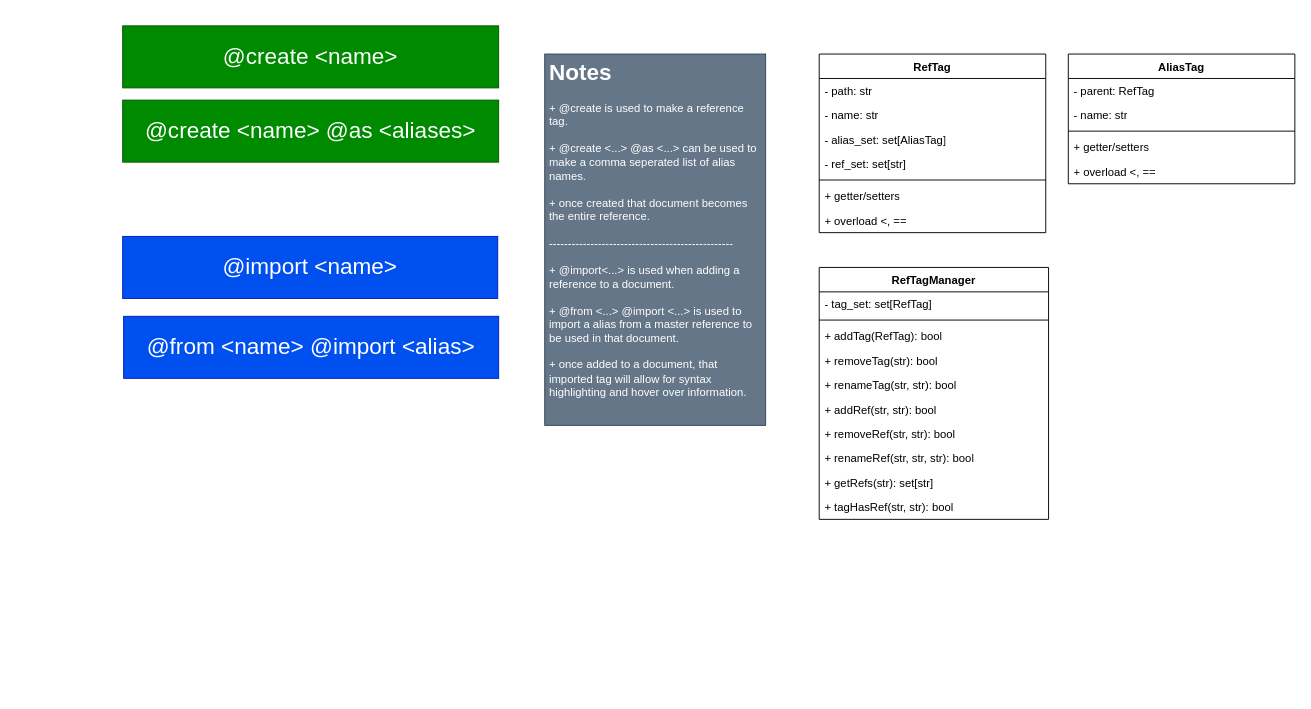
This is page "RefTag" (2 of 2) of .notes/diagrams/overview.drawio from Michael-R-R/markup-writer, a draw.io file, before an edit. Source tidied: cells renumbered, new cells numbered last; positions are measured from the earlier drawing's top-left corner, leaving out a move shared by most shapes. Both pictures are drawn from the tidied source at 94%, with x=0, y=0 at pixel (122, 25).
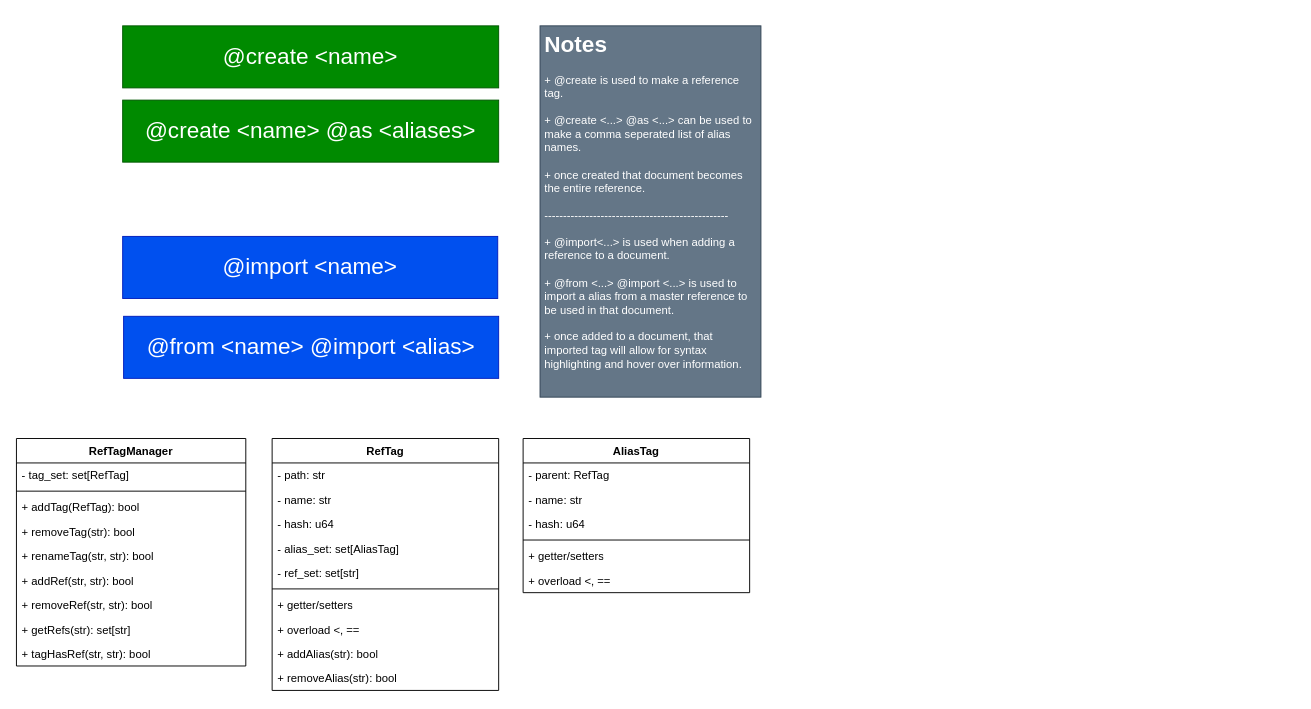
Above is the later version.

What changed in the source:
```diff
@@
     <mxCell id="3" value="&lt;h1&gt;&lt;span style=&quot;background-color: initial;&quot;&gt;Notes&lt;/span&gt;&lt;/h1&gt;&lt;div&gt;&lt;span style=&quot;background-color: initial;&quot;&gt;+ @create is used to make a reference tag.&lt;/span&gt;&lt;/div&gt;&lt;div&gt;&lt;span style=&quot;background-color: initial;&quot;&gt;&lt;br&gt;&lt;/span&gt;&lt;/div&gt;&lt;div&gt;&lt;span style=&quot;background-color: initial;&quot;&gt;+ @create &amp;lt;...&amp;gt; @as &amp;lt;...&amp;gt; can be used to make a comma seperated list of alias names.&lt;/span&gt;&lt;/div&gt;&lt;div&gt;&lt;span style=&quot;background-color: initial;&quot;&gt;&lt;br&gt;&lt;/span&gt;&lt;/div&gt;&lt;div&gt;&lt;span style=&quot;background-color: initial;&quot;&gt;+ once created that document becomes the entire reference.&lt;/span&gt;&lt;/div&gt;&lt;div&gt;&lt;span style=&quot;background-color: initial;&quot;&gt;&lt;br&gt;&lt;/span&gt;&lt;/div&gt;&lt;div&gt;&lt;span style=&quot;background-color: initial;&quot;&gt;-------------------------------------------------&lt;/span&gt;&lt;/div&gt;&lt;div&gt;&lt;span style=&quot;background-color: initial;&quot;&gt;&lt;br&gt;&lt;/span&gt;&lt;/div&gt;&lt;div&gt;+ @import&amp;lt;...&amp;gt; is used when adding a reference to a document.&lt;/div&gt;&lt;div&gt;&lt;br&gt;&lt;/div&gt;&lt;div&gt;+ @from &amp;lt;...&amp;gt; @import &amp;lt;...&amp;gt; is used to import a alias from a master reference to be used in that document.&lt;/div&gt;&lt;div&gt;&lt;br&gt;&lt;/div&gt;&lt;div&gt;+ once added to a document, that imported tag will allow for syntax highlighting and hover over information.&lt;/div&gt;" style="text;html=1;strokeColor=#314354;fillColor=#647687;spacing=5;spacingTop=-20;whiteSpace=wrap;overflow=hidden;rounded=0;fontColor=#ffffff;" parent="1" vertex="1">
-      <mxGeometry x="449" y="30" width="235" height="395" as="geometry" />
+      <mxGeometry x="444" width="235" height="395" as="geometry" />
     </mxCell>
@@
     <mxCell id="5" value="RefTag" style="swimlane;fontStyle=1;align=center;verticalAlign=top;horizontal=1;startSize=26;whiteSpace=wrap;html=1;" parent="1" vertex="1">
-      <mxGeometry x="741" y="30" width="241" height="190" as="geometry" />
+      <mxGeometry x="159" y="439" width="241" height="268" as="geometry" />
     </mxCell>
@@
+    <mxCell id="32" value="- hash: u64&lt;br&gt;" style="text;strokeColor=none;fillColor=none;align=left;verticalAlign=top;spacingLeft=4;spacingRight=4;overflow=hidden;whiteSpace=wrap;html=1;" parent="5" vertex="1">
+      <mxGeometry y="78" width="241" height="26" as="geometry" />
+    </mxCell>
     <mxCell id="8" value="- alias_set: set[AliasTag]" style="text;strokeColor=none;fillColor=none;align=left;verticalAlign=top;spacingLeft=4;spacingRight=4;overflow=hidden;whiteSpace=wrap;html=1;" parent="5" vertex="1">
-      <mxGeometry y="78" width="241" height="26" as="geometry" />
+      <mxGeometry y="104" width="241" height="26" as="geometry" />
     </mxCell>
     <mxCell id="9" value="- ref_set: set[str]" style="text;strokeColor=none;fillColor=none;align=left;verticalAlign=top;spacingLeft=4;spacingRight=4;overflow=hidden;whiteSpace=wrap;html=1;" parent="5" vertex="1">
-      <mxGeometry y="104" width="241" height="26" as="geometry" />
+      <mxGeometry y="130" width="241" height="26" as="geometry" />
     </mxCell>
     <mxCell id="10" style="line;strokeWidth=1;fillColor=none;align=left;verticalAlign=middle;spacingTop=-1;spacingLeft=3;spacingRight=3;labelPosition=right;strokeColor=inherit;" parent="5" vertex="1">
-      <mxGeometry y="130" width="241" height="8" as="geometry" />
+      <mxGeometry y="156" width="241" height="8" as="geometry" />
     </mxCell>
     <mxCell id="11" value="+ getter/setters" style="text;strokeColor=none;fillColor=none;align=left;verticalAlign=top;spacingLeft=4;spacingRight=4;overflow=hidden;whiteSpace=wrap;html=1;" parent="5" vertex="1">
-      <mxGeometry y="138" width="241" height="26" as="geometry" />
+      <mxGeometry y="164" width="241" height="26" as="geometry" />
     </mxCell>
     <mxCell id="12" value="+ overload &amp;lt;, ==" style="text;strokeColor=none;fillColor=none;align=left;verticalAlign=top;spacingLeft=4;spacingRight=4;overflow=hidden;whiteSpace=wrap;html=1;" parent="5" vertex="1">
-      <mxGeometry y="164" width="241" height="26" as="geometry" />
+      <mxGeometry y="190" width="241" height="26" as="geometry" />
     </mxCell>
+    <mxCell id="33" value="+ addAlias(str): bool" style="text;strokeColor=none;fillColor=none;align=left;verticalAlign=top;spacingLeft=4;spacingRight=4;overflow=hidden;whiteSpace=wrap;html=1;" parent="5" vertex="1">
+      <mxGeometry y="216" width="241" height="26" as="geometry" />
+    </mxCell>
+    <mxCell id="34" value="+ removeAlias(str): bool" style="text;strokeColor=none;fillColor=none;align=left;verticalAlign=top;spacingLeft=4;spacingRight=4;overflow=hidden;whiteSpace=wrap;html=1;" parent="5" vertex="1">
+      <mxGeometry y="242" width="241" height="26" as="geometry" />
+    </mxCell>
     <mxCell id="13" value="RefTagManager" style="swimlane;fontStyle=1;align=center;verticalAlign=top;horizontal=1;startSize=26;whiteSpace=wrap;html=1;" parent="1" vertex="1">
-      <mxGeometry x="741" y="257" width="244" height="268" as="geometry" />
+      <mxGeometry x="-113" y="439" width="244" height="242" as="geometry" />
     </mxCell>
@@
-    <mxCell id="21" value="+ renameRef(str, str, str): bool" style="text;strokeColor=none;fillColor=none;align=left;verticalAlign=top;spacingLeft=4;spacingRight=4;overflow=hidden;whiteSpace=wrap;html=1;" parent="13" vertex="1">
-      <mxGeometry y="190" width="244" height="26" as="geometry" />
-    </mxCell>
     <mxCell id="22" value="+ getRefs(str): set[str]" style="text;strokeColor=none;fillColor=none;align=left;verticalAlign=top;spacingLeft=4;spacingRight=4;overflow=hidden;whiteSpace=wrap;html=1;" parent="13" vertex="1">
-      <mxGeometry y="216" width="244" height="26" as="geometry" />
+      <mxGeometry y="190" width="244" height="26" as="geometry" />
     </mxCell>
     <mxCell id="23" value="+ tagHasRef(str, str): bool" style="text;strokeColor=none;fillColor=none;align=left;verticalAlign=top;spacingLeft=4;spacingRight=4;overflow=hidden;whiteSpace=wrap;html=1;" parent="13" vertex="1">
-      <mxGeometry y="242" width="244" height="26" as="geometry" />
+      <mxGeometry y="216" width="244" height="26" as="geometry" />
     </mxCell>
@@
     <mxCell id="26" value="AliasTag" style="swimlane;fontStyle=1;align=center;verticalAlign=top;horizontal=1;startSize=26;whiteSpace=wrap;html=1;" parent="1" vertex="1">
-      <mxGeometry x="1006" y="30" width="241" height="138" as="geometry" />
+      <mxGeometry x="426" y="439" width="241" height="164" as="geometry" />
     </mxCell>
@@
+    <mxCell id="35" value="- hash: u64" style="text;strokeColor=none;fillColor=none;align=left;verticalAlign=top;spacingLeft=4;spacingRight=4;overflow=hidden;whiteSpace=wrap;html=1;" parent="26" vertex="1">
+      <mxGeometry y="78" width="241" height="26" as="geometry" />
+    </mxCell>
     <mxCell id="29" style="line;strokeWidth=1;fillColor=none;align=left;verticalAlign=middle;spacingTop=-1;spacingLeft=3;spacingRight=3;labelPosition=right;strokeColor=inherit;" parent="26" vertex="1">
-      <mxGeometry y="78" width="241" height="8" as="geometry" />
+      <mxGeometry y="104" width="241" height="8" as="geometry" />
     </mxCell>
     <mxCell id="30" value="+ getter/setters" style="text;strokeColor=none;fillColor=none;align=left;verticalAlign=top;spacingLeft=4;spacingRight=4;overflow=hidden;whiteSpace=wrap;html=1;" parent="26" vertex="1">
-      <mxGeometry y="86" width="241" height="26" as="geometry" />
+      <mxGeometry y="112" width="241" height="26" as="geometry" />
     </mxCell>
     <mxCell id="31" value="+ overload &amp;lt;, ==" style="text;strokeColor=none;fillColor=none;align=left;verticalAlign=top;spacingLeft=4;spacingRight=4;overflow=hidden;whiteSpace=wrap;html=1;" parent="26" vertex="1">
-      <mxGeometry y="112" width="241" height="26" as="geometry" />
+      <mxGeometry y="138" width="241" height="26" as="geometry" />
     </mxCell>
```
